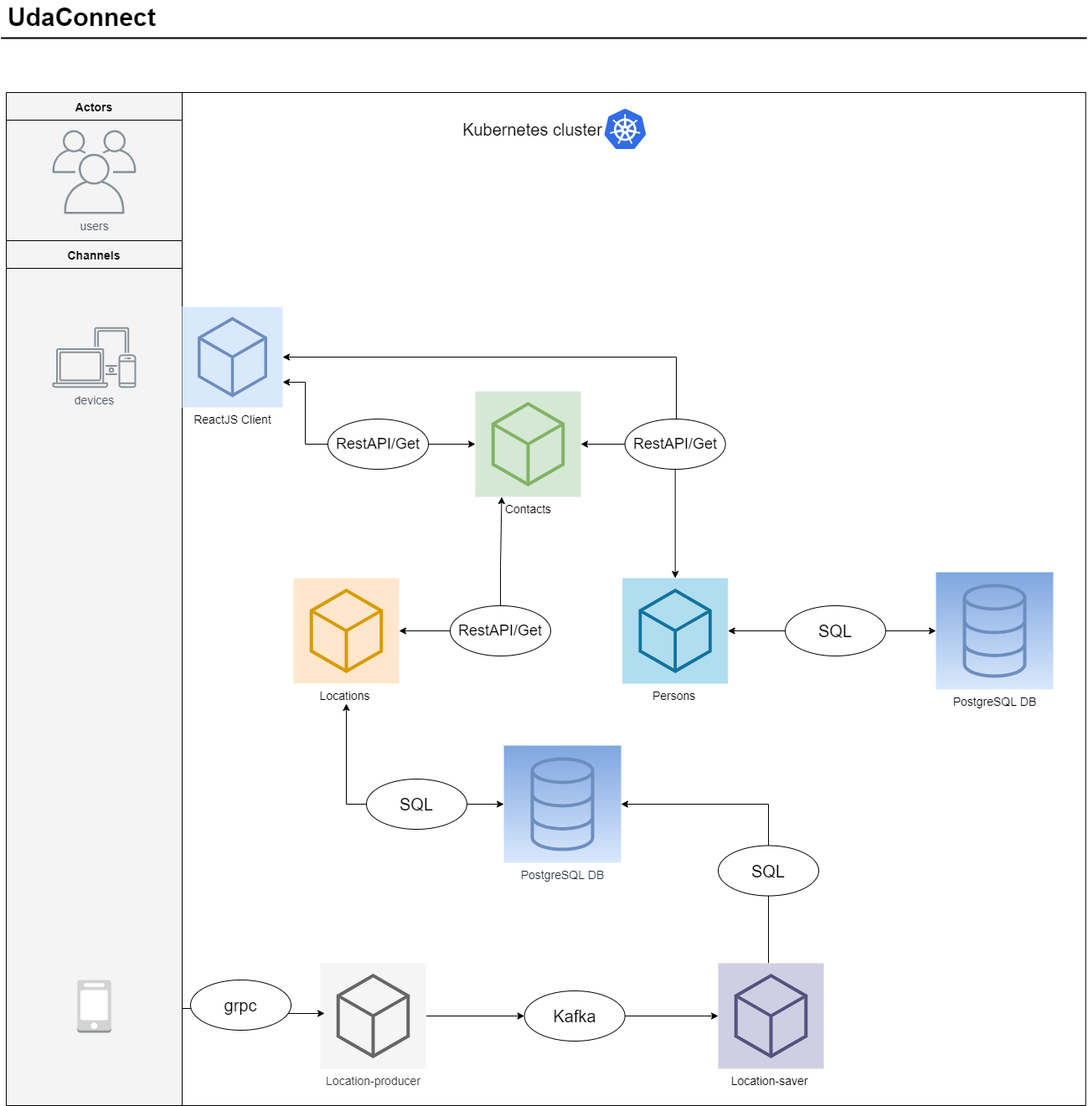
Before: docs/udaconnect_diagram.png, a diagram exported from draw.io (lenineo/udaconnect-cloud-architecture-project). Source tidied: cells renumbered, new cells last; positions are measured from the earlier drawing's top-left corner, leaving out a move shared by most shapes.
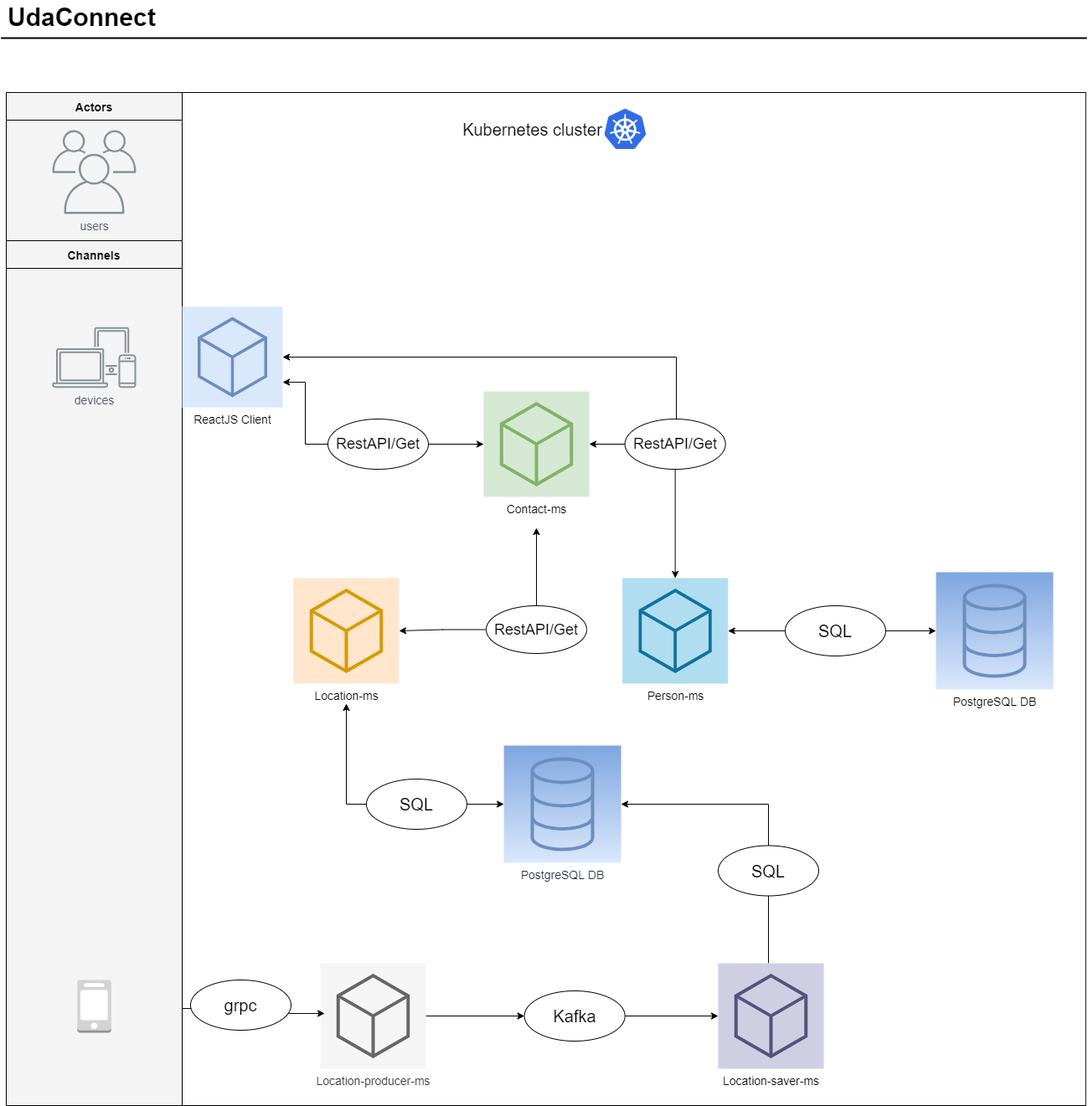
Later version of the same file.

What changed in the source:
```diff
@@ -43,27 +43,19 @@
         </Array>
       </mxGeometry>
     </mxCell>
-    <mxCell id="14" value="&lt;font style=&quot;font-size: 14px&quot;&gt;Persons&amp;nbsp;&lt;/font&gt;" style="sketch=0;points=[[0,0,0],[0.25,0,0],[0.5,0,0],[0.75,0,0],[1,0,0],[0,1,0],[0.25,1,0],[0.5,1,0],[0.75,1,0],[1,1,0],[0,0.25,0],[0,0.5,0],[0,0.75,0],[1,0.25,0],[1,0.5,0],[1,0.75,0]];gradientDirection=north;outlineConnect=0;fillColor=#b1ddf0;strokeColor=#10739e;dashed=0;verticalLabelPosition=bottom;verticalAlign=top;align=center;html=1;fontSize=12;fontStyle=0;shape=mxgraph.aws4.resourceIcon;resIcon=mxgraph.aws4.general;" parent="1" vertex="1">
+    <mxCell id="14" value="&lt;font style=&quot;font-size: 14px&quot;&gt;Person-ms&lt;br&gt;&lt;/font&gt;" style="sketch=0;points=[[0,0,0],[0.25,0,0],[0.5,0,0],[0.75,0,0],[1,0,0],[0,1,0],[0.25,1,0],[0.5,1,0],[0.75,1,0],[1,1,0],[0,0.25,0],[0,0.5,0],[0,0.75,0],[1,0.25,0],[1,0.5,0],[1,0.75,0]];gradientDirection=north;outlineConnect=0;fillColor=#b1ddf0;strokeColor=#10739e;dashed=0;verticalLabelPosition=bottom;verticalAlign=top;align=center;html=1;fontSize=12;fontStyle=0;shape=mxgraph.aws4.resourceIcon;resIcon=mxgraph.aws4.general;" parent="1" vertex="1">
       <mxGeometry x="741.7" y="690" width="126" height="126" as="geometry" />
     </mxCell>
-    <mxCell id="15" style="edgeStyle=orthogonalEdgeStyle;rounded=0;jettySize=auto;html=1;startArrow=none;entryX=0.25;entryY=1;entryDx=0;entryDy=0;entryPerimeter=0;" parent="1" edge="1" source="23" target="18">
-      <mxGeometry relative="1" as="geometry">
-        <Array as="points">
-          <mxPoint x="596" y="677" />
-          <mxPoint x="598" y="677" />
-        </Array>
-      </mxGeometry>
-    </mxCell>
     <mxCell id="16" style="edgeStyle=orthogonalEdgeStyle;rounded=0;jettySize=auto;html=1;endArrow=classic;endFill=1;exitX=0;exitY=0.5;exitDx=0;exitDy=0;exitPerimeter=0;startArrow=none;" parent="1" edge="1" source="35">
       <mxGeometry relative="1" as="geometry">
         <mxPoint x="412" y="840" as="targetPoint" />
       </mxGeometry>
     </mxCell>
-    <mxCell id="17" value="&lt;font style=&quot;font-size: 14px&quot;&gt;Locations&amp;nbsp;&lt;/font&gt;" style="sketch=0;points=[[0,0,0],[0.25,0,0],[0.5,0,0],[0.75,0,0],[1,0,0],[0,1,0],[0.25,1,0],[0.5,1,0],[0.75,1,0],[1,1,0],[0,0.25,0],[0,0.5,0],[0,0.75,0],[1,0.25,0],[1,0.5,0],[1,0.75,0]];gradientDirection=north;outlineConnect=0;fillColor=#ffe6cc;strokeColor=#d79b00;dashed=0;verticalLabelPosition=bottom;verticalAlign=top;align=center;html=1;fontSize=12;fontStyle=0;shape=mxgraph.aws4.resourceIcon;resIcon=mxgraph.aws4.general;" parent="1" vertex="1">
+    <mxCell id="17" value="&lt;font style=&quot;font-size: 14px&quot;&gt;Location-ms&lt;br&gt;&lt;br&gt;&lt;/font&gt;" style="sketch=0;points=[[0,0,0],[0.25,0,0],[0.5,0,0],[0.75,0,0],[1,0,0],[0,1,0],[0.25,1,0],[0.5,1,0],[0.75,1,0],[1,1,0],[0,0.25,0],[0,0.5,0],[0,0.75,0],[1,0.25,0],[1,0.5,0],[1,0.75,0]];gradientDirection=north;outlineConnect=0;fillColor=#ffe6cc;strokeColor=#d79b00;dashed=0;verticalLabelPosition=bottom;verticalAlign=top;align=center;html=1;fontSize=12;fontStyle=0;shape=mxgraph.aws4.resourceIcon;resIcon=mxgraph.aws4.general;" parent="1" vertex="1">
       <mxGeometry x="349" y="690" width="126" height="126" as="geometry" />
     </mxCell>
-    <mxCell id="18" value="&lt;font style=&quot;font-size: 14px&quot;&gt;Contacts&lt;/font&gt;" style="sketch=0;points=[[0,0,0],[0.25,0,0],[0.5,0,0],[0.75,0,0],[1,0,0],[0,1,0],[0.25,1,0],[0.5,1,0],[0.75,1,0],[1,1,0],[0,0.25,0],[0,0.5,0],[0,0.75,0],[1,0.25,0],[1,0.5,0],[1,0.75,0]];gradientDirection=north;outlineConnect=0;fillColor=#d5e8d4;strokeColor=#82b366;dashed=0;verticalLabelPosition=bottom;verticalAlign=top;align=center;html=1;fontSize=12;fontStyle=0;shape=mxgraph.aws4.resourceIcon;resIcon=mxgraph.aws4.general;" parent="1" vertex="1">
-      <mxGeometry x="566" y="467" width="126" height="126" as="geometry" />
+    <mxCell id="18" value="&lt;font style=&quot;font-size: 14px&quot;&gt;Contact-ms&lt;br&gt;&lt;/font&gt;" style="sketch=0;points=[[0,0,0],[0.25,0,0],[0.5,0,0],[0.75,0,0],[1,0,0],[0,1,0],[0.25,1,0],[0.5,1,0],[0.75,1,0],[1,1,0],[0,0.25,0],[0,0.5,0],[0,0.75,0],[1,0.25,0],[1,0.5,0],[1,0.75,0]];gradientDirection=north;outlineConnect=0;fillColor=#d5e8d4;strokeColor=#82b366;dashed=0;verticalLabelPosition=bottom;verticalAlign=top;align=center;html=1;fontSize=12;fontStyle=0;shape=mxgraph.aws4.resourceIcon;resIcon=mxgraph.aws4.general;" parent="1" vertex="1">
+      <mxGeometry x="576" y="467" width="126" height="126" as="geometry" />
     </mxCell>
     <mxCell id="19" value="&lt;span style=&quot;color: rgb(35 , 47 , 62)&quot;&gt;&lt;font style=&quot;font-size: 14px&quot;&gt;PostgreSQL DB&lt;/font&gt;&lt;/span&gt;" style="sketch=0;points=[[0,0,0],[0.25,0,0],[0.5,0,0],[0.75,0,0],[1,0,0],[0,1,0],[0.25,1,0],[0.5,1,0],[0.75,1,0],[1,1,0],[0,0.25,0],[0,0.5,0],[0,0.75,0],[1,0.25,0],[1,0.5,0],[1,0.75,0]];outlineConnect=0;gradientColor=#7ea6e0;gradientDirection=north;fillColor=#dae8fc;strokeColor=#6c8ebf;dashed=0;verticalLabelPosition=bottom;verticalAlign=top;align=center;html=1;fontSize=12;fontStyle=0;shape=mxgraph.aws4.resourceIcon;resIcon=mxgraph.aws4.database;" parent="1" vertex="1">
       <mxGeometry x="600.1" y="890" width="140" height="140" as="geometry" />
@@ -77,13 +69,18 @@
     <mxCell id="22" style="edgeStyle=orthogonalEdgeStyle;rounded=0;jettySize=auto;html=1;fontSize=18;endArrow=classic;endFill=1;" parent="1" edge="1" source="23" target="17">
       <mxGeometry relative="1" as="geometry" />
     </mxCell>
+    <mxCell id="45" style="edgeStyle=orthogonalEdgeStyle;rounded=0;jettySize=auto;html=1;fontSize=14;endArrow=classic;endFill=1;" parent="1" edge="1" source="23">
+      <mxGeometry relative="1" as="geometry">
+        <mxPoint x="639" y="630" as="targetPoint" />
+      </mxGeometry>
+    </mxCell>
     <mxCell id="23" value="&lt;font style=&quot;font-size: 18px&quot;&gt;RestAPI/Get&lt;/font&gt;" style="ellipse;whiteSpace=wrap;html=1;fontSize=12;gradientColor=none;" parent="1" vertex="1">
-      <mxGeometry x="536" y="723" width="120" height="60" as="geometry" />
+      <mxGeometry x="579" y="723" width="120" height="57" as="geometry" />
     </mxCell>
     <mxCell id="24" style="edgeStyle=orthogonalEdgeStyle;rounded=0;jettySize=auto;html=1;endArrow=classic;endFill=1;" parent="1" edge="1" source="25" target="28">
       <mxGeometry relative="1" as="geometry" />
     </mxCell>
-    <mxCell id="25" value="&lt;font style=&quot;font-size: 14px&quot;&gt;Location-producer&lt;/font&gt;" style="sketch=0;points=[[0,0,0],[0.25,0,0],[0.5,0,0],[0.75,0,0],[1,0,0],[0,1,0],[0.25,1,0],[0.5,1,0],[0.75,1,0],[1,1,0],[0,0.25,0],[0,0.5,0],[0,0.75,0],[1,0.25,0],[1,0.5,0],[1,0.75,0]];gradientDirection=north;outlineConnect=0;fillColor=#f5f5f5;strokeColor=#666666;dashed=0;verticalLabelPosition=bottom;verticalAlign=top;align=center;html=1;fontSize=12;fontStyle=0;shape=mxgraph.aws4.resourceIcon;resIcon=mxgraph.aws4.general;fontColor=#333333;" parent="1" vertex="1">
+    <mxCell id="25" value="&lt;font style=&quot;font-size: 14px&quot;&gt;Location-producer-ms&lt;/font&gt;" style="sketch=0;points=[[0,0,0],[0.25,0,0],[0.5,0,0],[0.75,0,0],[1,0,0],[0,1,0],[0.25,1,0],[0.5,1,0],[0.75,1,0],[1,1,0],[0,0.25,0],[0,0.5,0],[0,0.75,0],[1,0.25,0],[1,0.5,0],[1,0.75,0]];gradientDirection=north;outlineConnect=0;fillColor=#f5f5f5;strokeColor=#666666;dashed=0;verticalLabelPosition=bottom;verticalAlign=top;align=center;html=1;fontSize=12;fontStyle=0;shape=mxgraph.aws4.resourceIcon;resIcon=mxgraph.aws4.general;fontColor=#333333;" parent="1" vertex="1">
       <mxGeometry x="381" y="1150" width="126" height="126" as="geometry" />
     </mxCell>
     <mxCell id="26" style="edgeStyle=orthogonalEdgeStyle;rounded=0;jettySize=auto;html=1;entryX=0.04;entryY=0.476;entryDx=0;entryDy=0;entryPerimeter=0;" parent="1" edge="1" target="25">
@@ -113,7 +110,7 @@
         </Array>
       </mxGeometry>
     </mxCell>
-    <mxCell id="31" value="&lt;font style=&quot;font-size: 14px&quot;&gt;Location-saver&amp;nbsp;&lt;/font&gt;" style="sketch=0;points=[[0,0,0],[0.25,0,0],[0.5,0,0],[0.75,0,0],[1,0,0],[0,1,0],[0.25,1,0],[0.5,1,0],[0.75,1,0],[1,1,0],[0,0.25,0],[0,0.5,0],[0,0.75,0],[1,0.25,0],[1,0.5,0],[1,0.75,0]];gradientDirection=north;outlineConnect=0;fillColor=#d0cee2;strokeColor=#56517e;dashed=0;verticalLabelPosition=bottom;verticalAlign=top;align=center;html=1;fontSize=12;fontStyle=0;shape=mxgraph.aws4.resourceIcon;resIcon=mxgraph.aws4.general;" parent="1" vertex="1">
+    <mxCell id="31" value="&lt;font style=&quot;font-size: 14px&quot;&gt;Location-saver-ms&lt;/font&gt;" style="sketch=0;points=[[0,0,0],[0.25,0,0],[0.5,0,0],[0.75,0,0],[1,0,0],[0,1,0],[0.25,1,0],[0.5,1,0],[0.75,1,0],[1,1,0],[0,0.25,0],[0,0.5,0],[0,0.75,0],[1,0.25,0],[1,0.5,0],[1,0.75,0]];gradientDirection=north;outlineConnect=0;fillColor=#d0cee2;strokeColor=#56517e;dashed=0;verticalLabelPosition=bottom;verticalAlign=top;align=center;html=1;fontSize=12;fontStyle=0;shape=mxgraph.aws4.resourceIcon;resIcon=mxgraph.aws4.general;" parent="1" vertex="1">
       <mxGeometry x="856" y="1150" width="126" height="126" as="geometry" />
     </mxCell>
     <mxCell id="32" value="&lt;font style=&quot;font-size: 14px&quot;&gt;PostgreSQL DB&lt;/font&gt;" style="sketch=0;points=[[0,0,0],[0.25,0,0],[0.5,0,0],[0.75,0,0],[1,0,0],[0,1,0],[0.25,1,0],[0.5,1,0],[0.75,1,0],[1,1,0],[0,0.25,0],[0,0.5,0],[0,0.75,0],[1,0.25,0],[1,0.5,0],[1,0.75,0]];outlineConnect=0;gradientColor=#7ea6e0;gradientDirection=north;fillColor=#dae8fc;strokeColor=#6c8ebf;dashed=0;verticalLabelPosition=bottom;verticalAlign=top;align=center;html=1;fontSize=12;fontStyle=0;shape=mxgraph.aws4.resourceIcon;resIcon=mxgraph.aws4.database;" parent="1" vertex="1">
```
